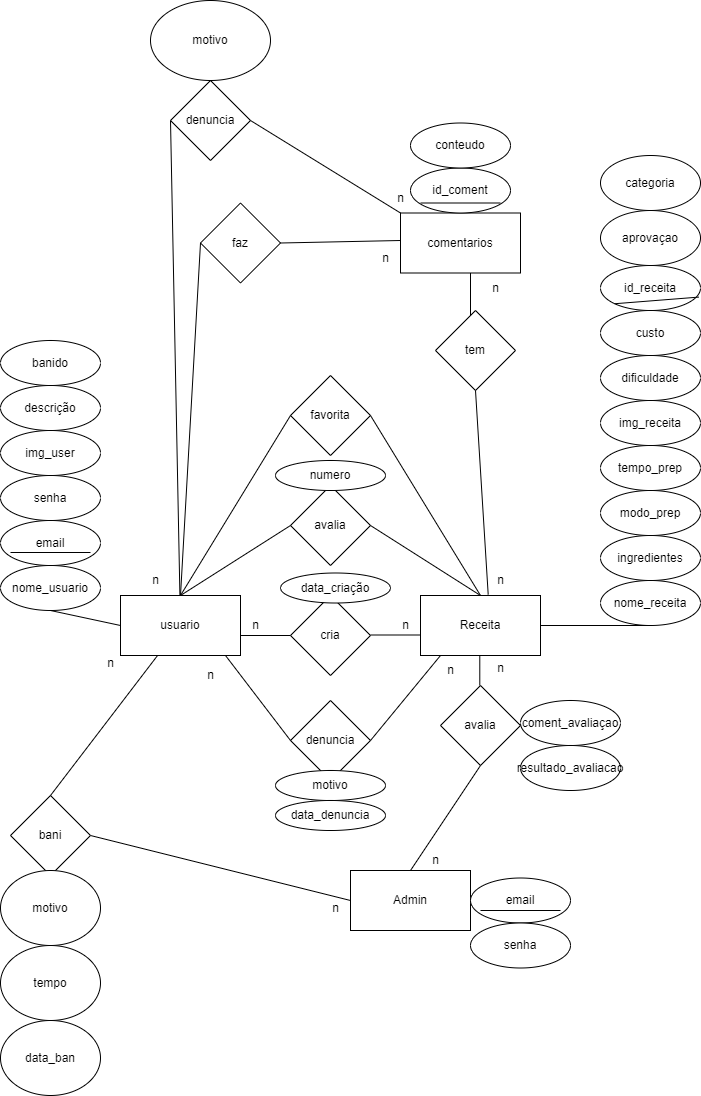
This is docs/MER/MerDiGarfo.drawio.png from GustavoLopes12/DiGarfo, a draw.io export, as it was before one commit. Source tidied: cells renumbered, new cells last; positions are measured from the earlier drawing's top-left corner, leaving out a move shared by most shapes.
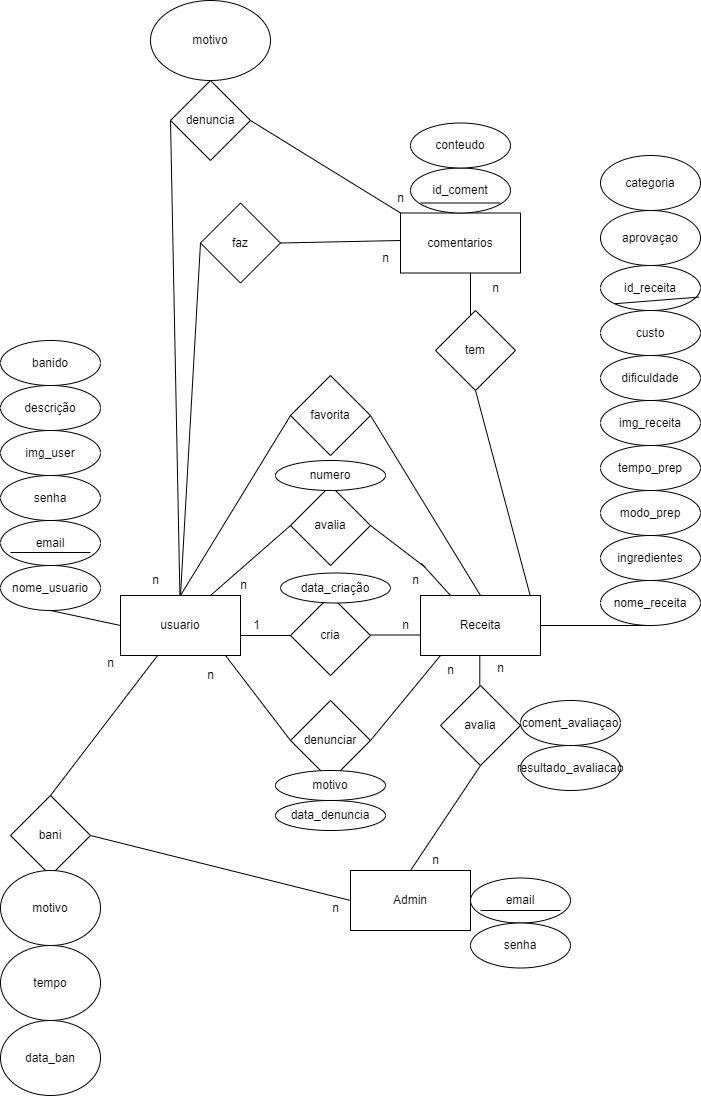
Above is the later version.

Change to the diagram source:
```diff
@@ -34,11 +34,13 @@
         <mxPoint x="420" y="634.5" as="targetPoint" />
       </mxGeometry>
     </mxCell>
-    <mxCell id="11" style="endArrow=none;html=1;rounded=0;entryX=0;entryY=0.5;entryDx=0;entryDy=0;exitX=0.5;exitY=0;exitDx=0;exitDy=0;" parent="1" edge="1" source="2" target="6">
+    <mxCell id="11" style="endArrow=none;html=1;rounded=0;entryX=0;entryY=0.5;entryDx=0;entryDy=0;exitX=0.75;exitY=0;exitDx=0;exitDy=0;" parent="1" edge="1" source="2" target="6">
       <mxGeometry relative="1" as="geometry" />
     </mxCell>
-    <mxCell id="12" style="endArrow=none;html=1;rounded=0;entryX=1;entryY=0.5;entryDx=0;entryDy=0;exitX=0.5;exitY=0;exitDx=0;exitDy=0;" parent="1" edge="1" source="3" target="6">
-      <mxGeometry relative="1" as="geometry" />
+    <mxCell id="12" style="endArrow=none;html=1;rounded=0;entryX=1;entryY=0.5;entryDx=0;entryDy=0;" parent="1" edge="1" target="6">
+      <mxGeometry relative="1" as="geometry">
+        <mxPoint x="425" y="567" as="sourcePoint" />
+      </mxGeometry>
     </mxCell>
     <mxCell id="13" style="endArrow=none;html=1;rounded=0;entryX=1;entryY=0.5;entryDx=0;entryDy=0;" parent="1" edge="1" target="7">
       <mxGeometry relative="1" as="geometry">
@@ -81,15 +83,12 @@
     <mxCell id="22" value="n" style="text;html=1;align=center;verticalAlign=middle;strokeColor=none;fillColor=none;" parent="1" vertex="1">
       <mxGeometry x="390" y="610" width="30" height="30" as="geometry" />
     </mxCell>
-    <mxCell id="23" value="n" style="text;html=1;align=center;verticalAlign=middle;strokeColor=none;fillColor=none;" parent="1" vertex="1">
-      <mxGeometry x="240" y="610" width="30" height="30" as="geometry" />
+    <mxCell id="23" value="1" style="text;html=1;align=center;verticalAlign=middle;strokeColor=none;fillColor=none;" parent="1" vertex="1">
+      <mxGeometry x="243" y="612" width="25" height="26" as="geometry" />
     </mxCell>
     <mxCell id="24" value="n" style="text;html=1;align=center;verticalAlign=middle;strokeColor=none;fillColor=none;" parent="1" vertex="1">
       <mxGeometry x="140" y="565" width="30" height="30" as="geometry" />
     </mxCell>
-    <mxCell id="25" value="n" style="text;html=1;align=center;verticalAlign=middle;points=[];strokeColor=none;fillColor=none;" parent="1" vertex="1">
-      <mxGeometry x="485" y="565" width="30" height="30" as="geometry" />
-    </mxCell>
     <mxCell id="26" value="nome_usuario" style="ellipse;whiteSpace=wrap;html=1;" parent="1" vertex="1">
       <mxGeometry y="565" width="100" height="45" as="geometry" />
     </mxCell>
@@ -170,7 +169,7 @@
     <mxCell id="50" value="tem" style="rhombus;whiteSpace=wrap;html=1;" parent="1" vertex="1">
       <mxGeometry x="435" y="310" width="80" height="80" as="geometry" />
     </mxCell>
-    <mxCell id="51" style="endArrow=none;html=1;rounded=0;entryX=0.5;entryY=1;entryDx=0;entryDy=0;exitX=0.09;exitY=0.971;exitDx=0;exitDy=0;exitPerimeter=0;" parent="1" edge="1" source="25" target="50">
+    <mxCell id="51" style="endArrow=none;html=1;rounded=0;entryX=0.5;entryY=1;entryDx=0;entryDy=0;exitX=0.913;exitY=-0.007;exitDx=0;exitDy=0;exitPerimeter=0;" parent="1" edge="1" source="3" target="50">
       <mxGeometry relative="1" as="geometry" />
     </mxCell>
     <mxCell id="52" value="n" style="text;html=1;align=center;verticalAlign=middle;strokeColor=none;fillColor=none;" parent="1" vertex="1">
@@ -241,7 +240,7 @@
     <mxCell id="71" value="banido" style="ellipse;whiteSpace=wrap;html=1;" parent="1" vertex="1">
       <mxGeometry y="340" width="100" height="45" as="geometry" />
     </mxCell>
-    <mxCell id="72" value="denuncia" style="rhombus;whiteSpace=wrap;html=1;" parent="1" vertex="1">
+    <mxCell id="72" value="denunciar" style="rhombus;whiteSpace=wrap;html=1;" parent="1" vertex="1">
       <mxGeometry x="290" y="700" width="80" height="80" as="geometry" />
     </mxCell>
     <mxCell id="73" value="n" style="text;html=1;align=center;verticalAlign=middle;strokeColor=none;fillColor=none;" parent="1" vertex="1">
@@ -281,5 +280,16 @@
         <mxPoint x="560" y="910" as="targetPoint" />
       </mxGeometry>
     </mxCell>
+    <mxCell id="83" style="endArrow=none;html=1;rounded=0;exitX=0.25;exitY=0;exitDx=0;exitDy=0;" parent="1" edge="1" source="3">
+      <mxGeometry relative="1" as="geometry">
+        <mxPoint x="421" y="563" as="targetPoint" />
+      </mxGeometry>
+    </mxCell>
+    <mxCell id="25" value="n" style="text;html=1;align=center;verticalAlign=middle;points=[];strokeColor=none;fillColor=none;" parent="1" vertex="1">
+      <mxGeometry x="400" y="565" width="30" height="30" as="geometry" />
+    </mxCell>
+    <mxCell id="84" value="n" style="text;html=1;align=center;verticalAlign=middle;strokeColor=none;fillColor=none;" parent="1" vertex="1">
+      <mxGeometry x="228" y="570" width="30" height="30" as="geometry" />
+    </mxCell>
   </root>
 </mxGraphModel>
```
